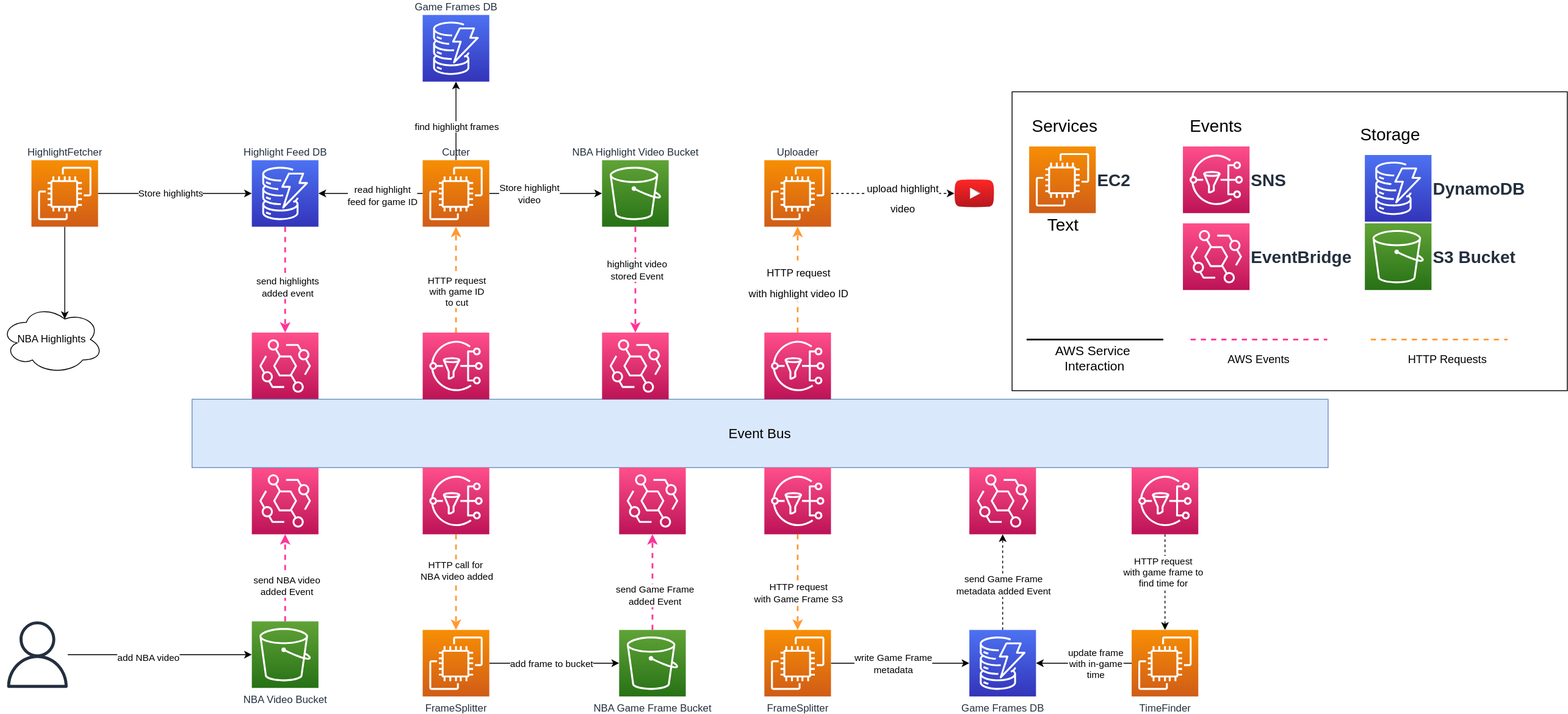
Earlier version of the draw.io export profile/doc/nba-highlights-messaging-architecture.svg (nba-highlights/.github). Source tidied: cells renumbered, new cells last; positions are measured from the earlier drawing's top-left corner, leaving out a move shared by most shapes.
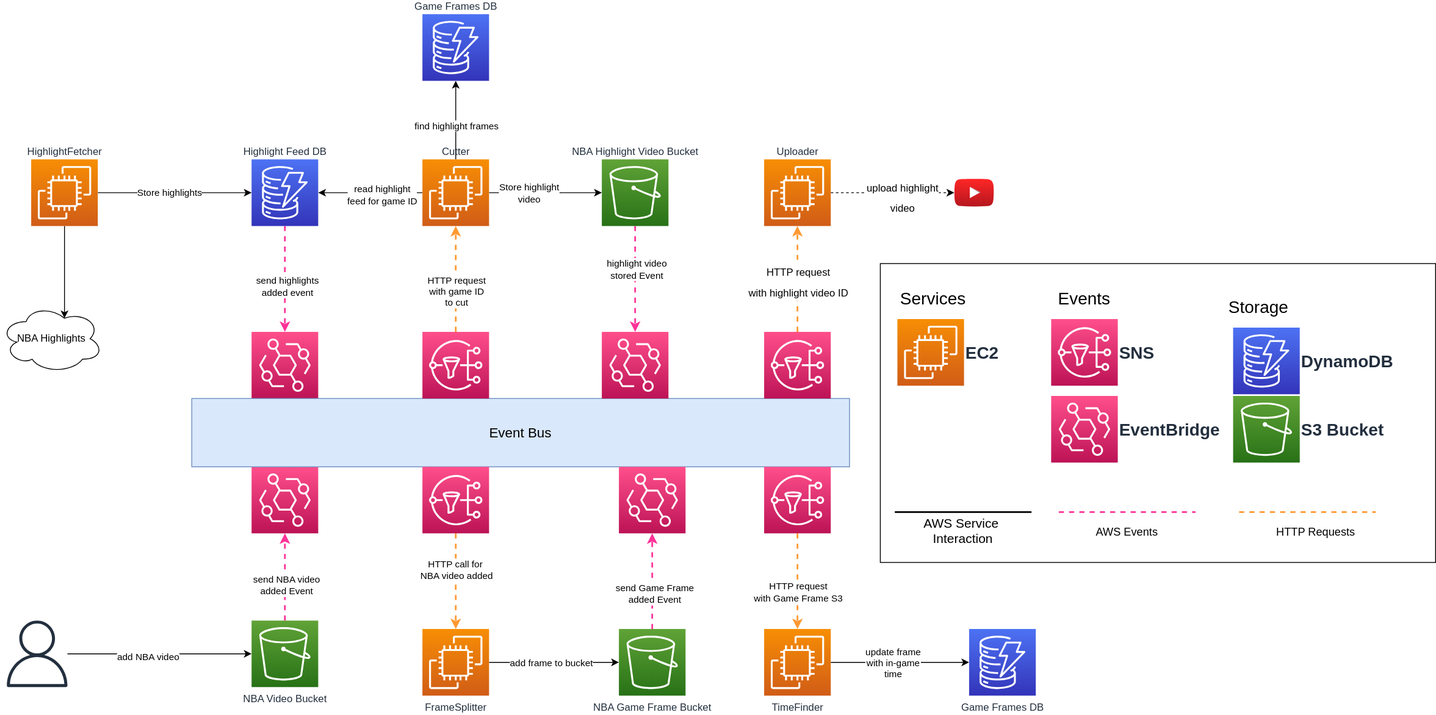
Later version of the same file.

Commit message:
Remove frame splitter writing to dynamodb from diagram

Change to the diagram source:
```diff
@@ -3,7 +3,7 @@
     <mxCell id="0" />
     <mxCell id="1" parent="0" />
     <mxCell id="2" style="rounded=0;whiteSpace=wrap;html=1;fontSize=20;verticalAlign=middle;" parent="1" vertex="1">
-      <mxGeometry x="1184" y="90" width="650" height="350" as="geometry" />
+      <mxGeometry x="1030" y="292" width="650" height="350" as="geometry" />
     </mxCell>
     <mxCell id="3" style="edgeStyle=orthogonalEdgeStyle;rounded=0;jettySize=auto;html=1;" parent="1" edge="1" source="5" target="27">
       <mxGeometry relative="1" as="geometry" />
@@ -16,15 +16,6 @@
     <mxCell id="5" value="FrameSplitter" style="sketch=0;points=[[0,0,0],[0.25,0,0],[0.5,0,0],[0.75,0,0],[1,0,0],[0,1,0],[0.25,1,0],[0.5,1,0],[0.75,1,0],[1,1,0],[0,0.25,0],[0,0.5,0],[0,0.75,0],[1,0.25,0],[1,0.5,0],[1,0.75,0]];outlineConnect=0;fontColor=#232F3E;gradientColor=#F78E04;gradientDirection=north;fillColor=#D05C17;strokeColor=#ffffff;dashed=0;verticalLabelPosition=bottom;verticalAlign=top;align=center;html=1;fontSize=12;fontStyle=0;shape=mxgraph.aws4.resourceIcon;resIcon=mxgraph.aws4.ec2;" parent="1" vertex="1">
       <mxGeometry x="494" y="720" width="78" height="78" as="geometry" />
     </mxCell>
-    <mxCell id="6" style="edgeStyle=orthogonalEdgeStyle;rounded=0;jettySize=auto;html=1;" parent="1" edge="1" source="8" target="19">
-      <mxGeometry relative="1" as="geometry" />
-    </mxCell>
-    <mxCell id="7" value="update frame&lt;br&gt;with in-game&lt;br&gt;time" style="edgeLabel;html=1;align=center;verticalAlign=middle;" parent="6" vertex="1">
-      <mxGeometry x="-0.24" relative="1" as="geometry" />
-    </mxCell>
-    <mxCell id="8" value="TimeFinder" style="sketch=0;points=[[0,0,0],[0.25,0,0],[0.5,0,0],[0.75,0,0],[1,0,0],[0,1,0],[0.25,1,0],[0.5,1,0],[0.75,1,0],[1,1,0],[0,0.25,0],[0,0.5,0],[0,0.75,0],[1,0.25,0],[1,0.5,0],[1,0.75,0]];outlineConnect=0;fontColor=#232F3E;gradientColor=#F78E04;gradientDirection=north;fillColor=#D05C17;strokeColor=#ffffff;dashed=0;verticalLabelPosition=bottom;verticalAlign=top;align=center;html=1;fontSize=12;fontStyle=0;shape=mxgraph.aws4.resourceIcon;resIcon=mxgraph.aws4.ec2;" parent="1" vertex="1">
-      <mxGeometry x="1324" y="720" width="78" height="78" as="geometry" />
-    </mxCell>
     <mxCell id="9" style="edgeStyle=orthogonalEdgeStyle;rounded=0;jettySize=auto;html=1;entryX=0.625;entryY=0.2;entryDx=0;entryDy=0;entryPerimeter=0;" parent="1" edge="1" source="12" target="13">
       <mxGeometry relative="1" as="geometry" />
     </mxCell>
@@ -49,14 +40,6 @@
     <mxCell id="16" value="Highlight Feed DB" style="sketch=0;points=[[0,0,0],[0.25,0,0],[0.5,0,0],[0.75,0,0],[1,0,0],[0,1,0],[0.25,1,0],[0.5,1,0],[0.75,1,0],[1,1,0],[0,0.25,0],[0,0.5,0],[0,0.75,0],[1,0.25,0],[1,0.5,0],[1,0.75,0]];outlineConnect=0;fontColor=#232F3E;gradientColor=#4D72F3;gradientDirection=north;fillColor=#3334B9;strokeColor=#ffffff;dashed=0;verticalLabelPosition=top;verticalAlign=bottom;align=center;html=1;fontSize=12;fontStyle=0;shape=mxgraph.aws4.resourceIcon;resIcon=mxgraph.aws4.dynamodb;labelPosition=center;" parent="1" vertex="1">
       <mxGeometry x="294" y="170" width="78" height="78" as="geometry" />
     </mxCell>
-    <mxCell id="17" style="edgeStyle=orthogonalEdgeStyle;rounded=0;jettySize=auto;html=1;dashed=1;entryX=0.5;entryY=1;entryDx=0;entryDy=0;entryPerimeter=0;" parent="1" edge="1" source="19" target="48">
-      <mxGeometry relative="1" as="geometry" />
-    </mxCell>
-    <mxCell id="18" value="send Game Frame&lt;br&gt;metadata added Event" style="edgeLabel;html=1;align=center;verticalAlign=middle;" parent="17" vertex="1">
-      <mxGeometry x="0.29" relative="1" as="geometry">
-        <mxPoint y="19" as="offset" />
-      </mxGeometry>
-    </mxCell>
     <mxCell id="19" value="Game Frames DB" style="sketch=0;points=[[0,0,0],[0.25,0,0],[0.5,0,0],[0.75,0,0],[1,0,0],[0,1,0],[0.25,1,0],[0.5,1,0],[0.75,1,0],[1,1,0],[0,0.25,0],[0,0.5,0],[0,0.75,0],[1,0.25,0],[1,0.5,0],[1,0.75,0]];outlineConnect=0;fontColor=#232F3E;gradientColor=#4D72F3;gradientDirection=north;fillColor=#3334B9;strokeColor=#ffffff;dashed=0;verticalLabelPosition=bottom;verticalAlign=top;align=center;html=1;fontSize=12;fontStyle=0;shape=mxgraph.aws4.resourceIcon;resIcon=mxgraph.aws4.dynamodb;" parent="1" vertex="1">
       <mxGeometry x="1134" y="720" width="78" height="78" as="geometry" />
     </mxCell>
@@ -94,7 +77,7 @@
       <mxGeometry x="4" y="710" width="78" height="78" as="geometry" />
     </mxCell>
     <mxCell id="31" value="&lt;font style=&quot;font-size: 16px&quot;&gt;Event Bus&lt;/font&gt;" style="rounded=0;whiteSpace=wrap;html=1;fillColor=#dae8fc;strokeColor=#6c8ebf;" parent="1" vertex="1">
-      <mxGeometry x="224" y="450" width="1330" height="80" as="geometry" />
+      <mxGeometry x="224" y="450" width="770" height="80" as="geometry" />
     </mxCell>
     <mxCell id="32" style="edgeStyle=orthogonalEdgeStyle;rounded=0;jettySize=auto;html=1;dashed=1;strokeColor=#FF9933;strokeWidth=2;" parent="1" edge="1" source="34" target="5">
       <mxGeometry relative="1" as="geometry" />
@@ -105,15 +88,6 @@
     <mxCell id="34" style="sketch=0;points=[[0,0,0],[0.25,0,0],[0.5,0,0],[0.75,0,0],[1,0,0],[0,1,0],[0.25,1,0],[0.5,1,0],[0.75,1,0],[1,1,0],[0,0.25,0],[0,0.5,0],[0,0.75,0],[1,0.25,0],[1,0.5,0],[1,0.75,0]];outlineConnect=0;fontColor=#232F3E;gradientColor=#FF4F8B;gradientDirection=north;fillColor=#BC1356;strokeColor=#ffffff;dashed=0;verticalLabelPosition=bottom;verticalAlign=top;align=center;html=1;fontSize=12;fontStyle=0;shape=mxgraph.aws4.resourceIcon;resIcon=mxgraph.aws4.sns;" parent="1" vertex="1">
       <mxGeometry x="494" y="530" width="78" height="78" as="geometry" />
     </mxCell>
-    <mxCell id="35" style="edgeStyle=orthogonalEdgeStyle;rounded=0;jettySize=auto;html=1;dashed=1;" parent="1" edge="1" source="37" target="8">
-      <mxGeometry relative="1" as="geometry" />
-    </mxCell>
-    <mxCell id="36" value="HTTP request&lt;br&gt;with game frame to&lt;br&gt;find time for" style="edgeLabel;html=1;align=center;verticalAlign=middle;" parent="35" vertex="1">
-      <mxGeometry x="-0.22" y="-3" relative="1" as="geometry" />
-    </mxCell>
-    <mxCell id="37" style="sketch=0;points=[[0,0,0],[0.25,0,0],[0.5,0,0],[0.75,0,0],[1,0,0],[0,1,0],[0.25,1,0],[0.5,1,0],[0.75,1,0],[1,1,0],[0,0.25,0],[0,0.5,0],[0,0.75,0],[1,0.25,0],[1,0.5,0],[1,0.75,0]];outlineConnect=0;fontColor=#232F3E;gradientColor=#FF4F8B;gradientDirection=north;fillColor=#BC1356;strokeColor=#ffffff;dashed=0;verticalLabelPosition=bottom;verticalAlign=top;align=center;html=1;fontSize=12;fontStyle=0;shape=mxgraph.aws4.resourceIcon;resIcon=mxgraph.aws4.sns;" parent="1" vertex="1">
-      <mxGeometry x="1324" y="530" width="78" height="78" as="geometry" />
-    </mxCell>
     <mxCell id="38" style="sketch=0;points=[[0,0,0],[0.25,0,0],[0.5,0,0],[0.75,0,0],[1,0,0],[0,1,0],[0.25,1,0],[0.5,1,0],[0.75,1,0],[1,1,0],[0,0.25,0],[0,0.5,0],[0,0.75,0],[1,0.25,0],[1,0.5,0],[1,0.75,0]];outlineConnect=0;fontColor=#232F3E;gradientColor=#FF4F8B;gradientDirection=north;fillColor=#BC1356;strokeColor=#ffffff;dashed=0;verticalLabelPosition=bottom;verticalAlign=top;align=center;html=1;fontSize=12;fontStyle=0;shape=mxgraph.aws4.resourceIcon;resIcon=mxgraph.aws4.eventbridge;" parent="1" vertex="1">
       <mxGeometry x="724" y="530" width="78" height="78" as="geometry" />
     </mxCell>
@@ -125,12 +99,12 @@
         </Array>
       </mxGeometry>
     </mxCell>
-    <mxCell id="40" value="write Game Frame&lt;br&gt;metadata" style="edgeLabel;html=1;align=center;verticalAlign=middle;" parent="39" vertex="1">
+    <mxCell id="40" value="update frame&lt;br&gt;with in-game&lt;br&gt;time" style="edgeLabel;html=1;align=center;verticalAlign=middle;" parent="39" vertex="1">
       <mxGeometry x="0.22" y="1" relative="1" as="geometry">
         <mxPoint x="-26" y="1" as="offset" />
       </mxGeometry>
     </mxCell>
-    <mxCell id="41" value="FrameSplitter" style="sketch=0;points=[[0,0,0],[0.25,0,0],[0.5,0,0],[0.75,0,0],[1,0,0],[0,1,0],[0.25,1,0],[0.5,1,0],[0.75,1,0],[1,1,0],[0,0.25,0],[0,0.5,0],[0,0.75,0],[1,0.25,0],[1,0.5,0],[1,0.75,0]];outlineConnect=0;fontColor=#232F3E;gradientColor=#F78E04;gradientDirection=north;fillColor=#D05C17;strokeColor=#ffffff;dashed=0;verticalLabelPosition=bottom;verticalAlign=top;align=center;html=1;fontSize=12;fontStyle=0;shape=mxgraph.aws4.resourceIcon;resIcon=mxgraph.aws4.ec2;" parent="1" vertex="1">
+    <mxCell id="41" value="TimeFinder" style="sketch=0;points=[[0,0,0],[0.25,0,0],[0.5,0,0],[0.75,0,0],[1,0,0],[0,1,0],[0.25,1,0],[0.5,1,0],[0.75,1,0],[1,1,0],[0,0.25,0],[0,0.5,0],[0,0.75,0],[1,0.25,0],[1,0.5,0],[1,0.75,0]];outlineConnect=0;fontColor=#232F3E;gradientColor=#F78E04;gradientDirection=north;fillColor=#D05C17;strokeColor=#ffffff;dashed=0;verticalLabelPosition=bottom;verticalAlign=top;align=center;html=1;fontSize=12;fontStyle=0;shape=mxgraph.aws4.resourceIcon;resIcon=mxgraph.aws4.ec2;" parent="1" vertex="1">
       <mxGeometry x="894" y="720" width="78" height="78" as="geometry" />
     </mxCell>
     <mxCell id="42" style="edgeStyle=orthogonalEdgeStyle;rounded=0;jettySize=auto;html=1;dashed=1;fontSize=20;spacing=2;strokeWidth=2;strokeColor=#FF9933;" parent="1" edge="1" source="44" target="75">
@@ -153,9 +127,6 @@
     <mxCell id="47" style="sketch=0;points=[[0,0,0],[0.25,0,0],[0.5,0,0],[0.75,0,0],[1,0,0],[0,1,0],[0.25,1,0],[0.5,1,0],[0.75,1,0],[1,1,0],[0,0.25,0],[0,0.5,0],[0,0.75,0],[1,0.25,0],[1,0.5,0],[1,0.75,0]];outlineConnect=0;fontColor=#232F3E;gradientColor=#FF4F8B;gradientDirection=north;fillColor=#BC1356;strokeColor=#ffffff;dashed=0;verticalLabelPosition=bottom;verticalAlign=top;align=center;html=1;fontSize=12;fontStyle=0;shape=mxgraph.aws4.resourceIcon;resIcon=mxgraph.aws4.sns;" parent="1" vertex="1">
       <mxGeometry x="894" y="530" width="78" height="78" as="geometry" />
     </mxCell>
-    <mxCell id="48" style="sketch=0;points=[[0,0,0],[0.25,0,0],[0.5,0,0],[0.75,0,0],[1,0,0],[0,1,0],[0.25,1,0],[0.5,1,0],[0.75,1,0],[1,1,0],[0,0.25,0],[0,0.5,0],[0,0.75,0],[1,0.25,0],[1,0.5,0],[1,0.75,0]];outlineConnect=0;fontColor=#232F3E;gradientColor=#FF4F8B;gradientDirection=north;fillColor=#BC1356;strokeColor=#ffffff;dashed=0;verticalLabelPosition=bottom;verticalAlign=top;align=center;html=1;fontSize=12;fontStyle=0;shape=mxgraph.aws4.resourceIcon;resIcon=mxgraph.aws4.eventbridge;" parent="1" vertex="1">
-      <mxGeometry x="1134" y="530" width="78" height="78" as="geometry" />
-    </mxCell>
     <mxCell id="49" style="edgeStyle=orthogonalEdgeStyle;rounded=0;jettySize=auto;html=1;entryX=1;entryY=0.5;entryDx=0;entryDy=0;entryPerimeter=0;" parent="1" edge="1" source="55" target="16">
       <mxGeometry relative="1" as="geometry" />
     </mxCell>
@@ -214,28 +185,28 @@
       <mxGeometry x="704" y="372" width="78" height="78" as="geometry" />
     </mxCell>
     <mxCell id="64" value="SNS" style="sketch=0;fontColor=#232F3E;gradientColor=#FF4F8B;gradientDirection=north;fillColor=#BC1356;strokeColor=#ffffff;dashed=0;verticalLabelPosition=middle;verticalAlign=middle;align=left;html=1;fontSize=20;fontStyle=1;shape=mxgraph.aws4.resourceIcon;resIcon=mxgraph.aws4.sns;labelPosition=right;" parent="1" vertex="1">
-      <mxGeometry x="1384" y="154" width="78" height="78" as="geometry" />
+      <mxGeometry x="1230" y="357" width="78" height="78" as="geometry" />
     </mxCell>
     <mxCell id="65" value="EventBridge" style="sketch=0;fontColor=#232F3E;gradientColor=#FF4F8B;gradientDirection=north;fillColor=#BC1356;strokeColor=#ffffff;dashed=0;verticalLabelPosition=middle;verticalAlign=middle;align=left;html=1;fontSize=20;fontStyle=1;shape=mxgraph.aws4.resourceIcon;resIcon=mxgraph.aws4.eventbridge;labelPosition=right;" parent="1" vertex="1">
-      <mxGeometry x="1384" y="244" width="78" height="78" as="geometry" />
+      <mxGeometry x="1230" y="447" width="78" height="78" as="geometry" />
     </mxCell>
     <mxCell id="66" value="DynamoDB" style="sketch=0;fontColor=#232F3E;gradientColor=#4D72F3;gradientDirection=north;fillColor=#3334B9;strokeColor=#ffffff;dashed=0;verticalLabelPosition=middle;verticalAlign=middle;align=left;html=1;fontSize=20;fontStyle=1;shape=mxgraph.aws4.resourceIcon;resIcon=mxgraph.aws4.dynamodb;labelPosition=right;" parent="1" vertex="1">
-      <mxGeometry x="1597" y="164" width="78" height="78" as="geometry" />
+      <mxGeometry x="1443" y="367" width="78" height="78" as="geometry" />
     </mxCell>
     <mxCell id="67" value="&lt;font style=&quot;font-size: 20px&quot;&gt;&lt;b&gt;S3 Bucket&lt;/b&gt;&lt;/font&gt;" style="sketch=0;fontColor=#232F3E;gradientColor=#60A337;gradientDirection=north;fillColor=#277116;strokeColor=#ffffff;dashed=0;verticalLabelPosition=middle;verticalAlign=middle;align=left;html=1;fontSize=12;fontStyle=0;shape=mxgraph.aws4.resourceIcon;resIcon=mxgraph.aws4.s3;labelPosition=right;" parent="1" vertex="1">
-      <mxGeometry x="1597" y="244" width="78" height="78" as="geometry" />
+      <mxGeometry x="1443" y="447" width="78" height="78" as="geometry" />
     </mxCell>
     <mxCell id="68" value="Events" style="text;html=1;strokeColor=none;fillColor=none;align=center;verticalAlign=middle;whiteSpace=wrap;rounded=0;fontSize=20;" parent="1" vertex="1">
-      <mxGeometry x="1393" y="114" width="60" height="30" as="geometry" />
+      <mxGeometry x="1239" y="317" width="60" height="30" as="geometry" />
     </mxCell>
     <mxCell id="69" value="Storage" style="text;html=1;strokeColor=none;fillColor=none;align=center;verticalAlign=middle;whiteSpace=wrap;rounded=0;fontSize=20;" parent="1" vertex="1">
-      <mxGeometry x="1597" y="124" width="60" height="30" as="geometry" />
+      <mxGeometry x="1443" y="327" width="60" height="30" as="geometry" />
     </mxCell>
     <mxCell id="70" value="&lt;span style=&quot;font-size: 20px&quot;&gt;&lt;b&gt;EC2&lt;/b&gt;&lt;/span&gt;" style="sketch=0;fontColor=#232F3E;gradientColor=#F78E04;gradientDirection=north;fillColor=#D05C17;strokeColor=#ffffff;dashed=0;verticalLabelPosition=middle;verticalAlign=middle;align=left;html=1;fontSize=12;fontStyle=0;shape=mxgraph.aws4.resourceIcon;resIcon=mxgraph.aws4.ec2;labelPosition=right;" parent="1" vertex="1">
-      <mxGeometry x="1204" y="154" width="78" height="78" as="geometry" />
+      <mxGeometry x="1050" y="357" width="78" height="78" as="geometry" />
     </mxCell>
     <mxCell id="71" value="Services" style="text;html=1;strokeColor=none;fillColor=none;align=center;verticalAlign=middle;whiteSpace=wrap;rounded=0;fontSize=20;" parent="1" vertex="1">
-      <mxGeometry x="1201" y="114" width="90" height="30" as="geometry" />
+      <mxGeometry x="1047" y="317" width="90" height="30" as="geometry" />
     </mxCell>
     <mxCell id="72" style="edgeStyle=orthogonalEdgeStyle;rounded=0;jettySize=auto;html=1;dashed=1;fontSize=20;" parent="1" edge="1" source="75" target="76">
       <mxGeometry relative="1" as="geometry" />
@@ -253,25 +224,22 @@
       <mxGeometry x="1116.6" y="192.7" width="46.4" height="32.6" as="geometry" />
     </mxCell>
     <mxCell id="77" style="line;strokeWidth=2;html=1;fontSize=20;verticalAlign=middle;" parent="1" vertex="1">
-      <mxGeometry x="1201" y="375" width="160" height="10" as="geometry" />
+      <mxGeometry x="1047" y="578" width="160" height="10" as="geometry" />
     </mxCell>
     <mxCell id="78" style="line;strokeWidth=2;html=1;fontSize=20;verticalAlign=middle;strokeColor=#FF3399;dashed=1;" parent="1" vertex="1">
-      <mxGeometry x="1393" y="375" width="160" height="10" as="geometry" />
+      <mxGeometry x="1239" y="578" width="160" height="10" as="geometry" />
     </mxCell>
     <mxCell id="79" style="line;strokeWidth=2;html=1;fontSize=20;verticalAlign=middle;strokeColor=#FF9933;dashed=1;" parent="1" vertex="1">
-      <mxGeometry x="1604" y="375" width="160" height="10" as="geometry" />
+      <mxGeometry x="1450" y="578" width="160" height="10" as="geometry" />
     </mxCell>
-    <mxCell id="80" value="Text" style="text;html=1;strokeColor=none;fillColor=none;align=center;verticalAlign=middle;whiteSpace=wrap;rounded=0;dashed=1;fontSize=20;" parent="1" vertex="1">
-      <mxGeometry x="1214" y="230" width="60" height="30" as="geometry" />
-    </mxCell>
     <mxCell id="81" value="&lt;span style=&quot;font-size: 13px ; background-color: rgb(255 , 255 , 255)&quot;&gt;HTTP Requests&lt;/span&gt;" style="text;html=1;strokeColor=none;fillColor=none;align=center;verticalAlign=middle;whiteSpace=wrap;rounded=0;dashed=1;fontSize=20;" parent="1" vertex="1">
-      <mxGeometry x="1644" y="385" width="100" height="30" as="geometry" />
+      <mxGeometry x="1490" y="588" width="100" height="30" as="geometry" />
     </mxCell>
     <mxCell id="82" value="&lt;span style=&quot;font-size: 13px ; background-color: rgb(255 , 255 , 255)&quot;&gt;AWS Events&lt;/span&gt;" style="text;html=1;strokeColor=none;fillColor=none;align=center;verticalAlign=middle;whiteSpace=wrap;rounded=0;dashed=1;fontSize=20;" parent="1" vertex="1">
-      <mxGeometry x="1423" y="385" width="100" height="30" as="geometry" />
+      <mxGeometry x="1269" y="588" width="100" height="30" as="geometry" />
     </mxCell>
     <mxCell id="83" value="&lt;span style=&quot;font-size: 15px; background-color: rgb(255, 255, 255);&quot;&gt;AWS Service&amp;nbsp;&lt;br style=&quot;font-size: 15px;&quot;&gt;Interaction&lt;br style=&quot;font-size: 15px;&quot;&gt;&lt;/span&gt;" style="text;html=1;strokeColor=none;fillColor=none;align=center;verticalAlign=middle;whiteSpace=wrap;rounded=0;dashed=1;fontSize=15;" parent="1" vertex="1">
-      <mxGeometry x="1231" y="387" width="100" height="30" as="geometry" />
+      <mxGeometry x="1077" y="590" width="100" height="30" as="geometry" />
     </mxCell>
   </root>
 </mxGraphModel>
```
